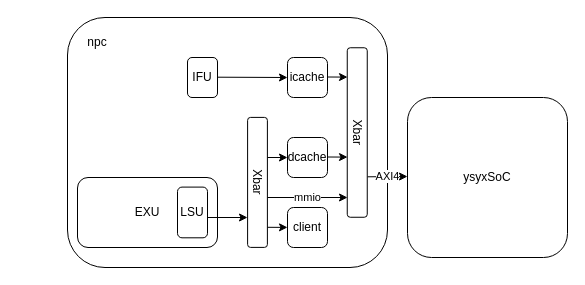
The draw.io diagram npc_architecture.drawio in DavidZyy/drawio_repo, before the edit. Source tidied: cells renumbered, new cells numbered last; positions are measured from the earlier drawing's top-left corner, leaving out a move shared by most shapes. Both pictures are drawn from the tidied source at 100%, with x=0, y=0 at pixel (67, 17).
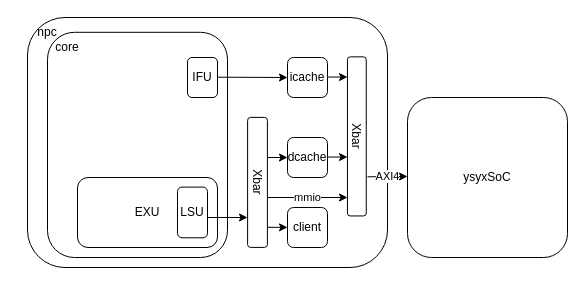
Above is the later version.

What changed in the source:
```diff
@@
     <mxCell id="2" style="rounded=1;whiteSpace=wrap;html=1;fillColor=none;" parent="1" vertex="1">
-      <mxGeometry width="320" height="250" as="geometry" />
+      <mxGeometry x="-40" width="360" height="250" as="geometry" />
     </mxCell>
+    <mxCell id="21" style="rounded=1;whiteSpace=wrap;html=1;fillColor=none;" parent="1" vertex="1">
+      <mxGeometry x="-20" y="14.8" width="180" height="225.2" as="geometry" />
+    </mxCell>
@@
     <mxCell id="13" value="Xbar" style="rounded=1;whiteSpace=wrap;html=1;rotation=90;" parent="1" vertex="1">
-      <mxGeometry x="205" y="105" width="169.5" height="20" as="geometry" />
+      <mxGeometry x="209.8" y="109.5" width="159.1" height="18.8" as="geometry" />
     </mxCell>
@@
     <mxCell id="20" value="npc" style="text;strokeColor=none;align=center;fillColor=none;html=1;verticalAlign=middle;whiteSpace=wrap;rounded=0;" parent="1" vertex="1">
-      <mxGeometry y="10" width="60" height="30" as="geometry" />
+      <mxGeometry x="-50" width="60" height="30" as="geometry" />
     </mxCell>
+    <mxCell id="22" value="core" style="text;strokeColor=none;align=center;fillColor=none;html=1;verticalAlign=middle;whiteSpace=wrap;rounded=0;" parent="1" vertex="1">
+      <mxGeometry x="-30" y="14.8" width="60" height="30" as="geometry" />
+    </mxCell>
```
